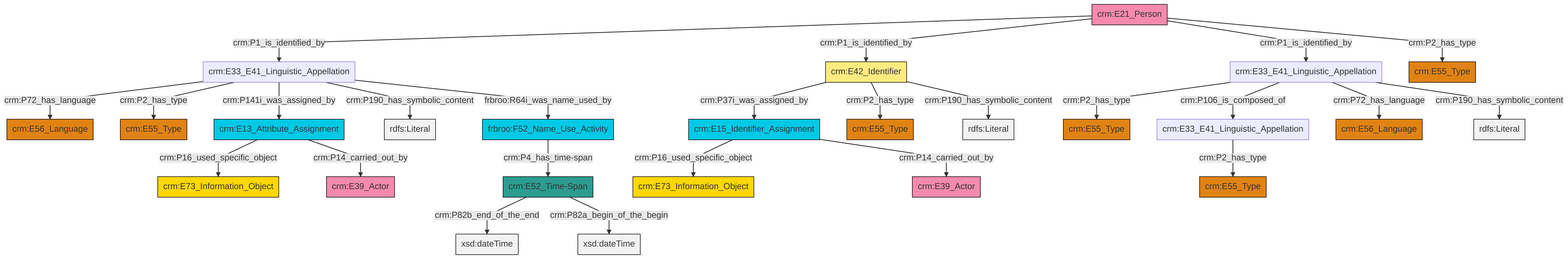
This is et/personCSV/ttl/mmd/png/Person_Names_and_Classification.png from swiss-art-research-net/docs.swissartresearch, a Mermaid export, as it was before one commit. Its source is kept beside it as et/personCSV/ttl/mmd/Person_Names_and_Classification.ttl.mmd.
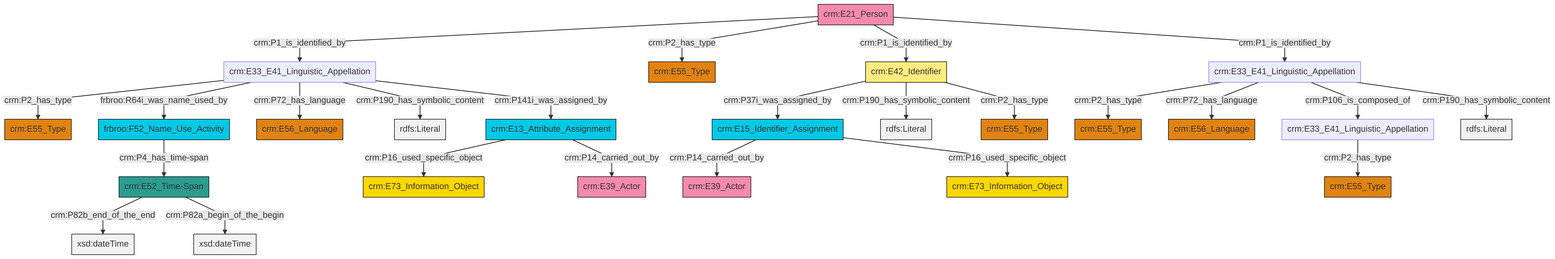
The same diagram one commit later.

Change to the diagram source:
```diff
@@ -13,27 +13,27 @@
 classDef PC_Classes fill:#4ce600, stroke:#000000;
 classDef Multi fill:#cccccc,stroke:#000000;
 
-0["crm:E33_E41_Linguistic_Appellation"]:::Default -->|crm:P2_has_type| 1["crm:E55_Type"]:::Type
-13["crm:E33_E41_Linguistic_Appellation"]:::Default -->|crm:P72_has_language| 14["crm:E56_Language"]:::Type
-11["crm:E42_Identifier"]:::Appellation -->|crm:P37i_was_assigned_by| 17["crm:E15_Identifier_Assignment"]:::Temporal_Entity
-11["crm:E42_Identifier"]:::Appellation -->|crm:P2_has_type| 18["crm:E55_Type"]:::Type
-21["crm:E21_Person"]:::Actor -->|crm:P1_is_identified_by| 13["crm:E33_E41_Linguistic_Appellation"]:::Default
-13["crm:E33_E41_Linguistic_Appellation"]:::Default -->|crm:P2_has_type| 24["crm:E55_Type"]:::Type
-0["crm:E33_E41_Linguistic_Appellation"]:::Default -->|crm:P106_is_composed_of| 25["crm:E33_E41_Linguistic_Appellation"]:::Default
-17["crm:E15_Identifier_Assignment"]:::Temporal_Entity -->|crm:P16_used_specific_object| 7["crm:E73_Information_Object"]:::Conceptual_Object
-30["crm:E52_Time-Span"]:::Time-Span -->|crm:P82b_end_of_the_end| 31[xsd:dateTime]:::Literal
-13["crm:E33_E41_Linguistic_Appellation"]:::Default -->|crm:P141i_was_assigned_by| 34["crm:E13_Attribute_Assignment"]:::Temporal_Entity
-21["crm:E21_Person"]:::Actor -->|crm:P1_is_identified_by| 11["crm:E42_Identifier"]:::Appellation
-34["crm:E13_Attribute_Assignment"]:::Temporal_Entity -->|crm:P16_used_specific_object| 19["crm:E73_Information_Object"]:::Conceptual_Object
-11["crm:E42_Identifier"]:::Appellation -->|crm:P190_has_symbolic_content| 35[rdfs:Literal]:::Literal
-17["crm:E15_Identifier_Assignment"]:::Temporal_Entity -->|crm:P14_carried_out_by| 9["crm:E39_Actor"]:::Actor
-0["crm:E33_E41_Linguistic_Appellation"]:::Default -->|crm:P72_has_language| 26["crm:E56_Language"]:::Type
-0["crm:E33_E41_Linguistic_Appellation"]:::Default -->|crm:P190_has_symbolic_content| 40[rdfs:Literal]:::Literal
-28["frbroo:F52_Name_Use_Activity"]:::Temporal_Entity -->|crm:P4_has_time-span| 30["crm:E52_Time-Span"]:::Time-Span
-21["crm:E21_Person"]:::Actor -->|crm:P1_is_identified_by| 0["crm:E33_E41_Linguistic_Appellation"]:::Default
-13["crm:E33_E41_Linguistic_Appellation"]:::Default -->|crm:P190_has_symbolic_content| 41[rdfs:Literal]:::Literal
-30["crm:E52_Time-Span"]:::Time-Span -->|crm:P82a_begin_of_the_begin| 44[xsd:dateTime]:::Literal
-34["crm:E13_Attribute_Assignment"]:::Temporal_Entity -->|crm:P14_carried_out_by| 2["crm:E39_Actor"]:::Actor
-25["crm:E33_E41_Linguistic_Appellation"]:::Default -->|crm:P2_has_type| 4["crm:E55_Type"]:::Type
-13["crm:E33_E41_Linguistic_Appellation"]:::Default -->|frbroo:R64i_was_name_used_by| 28["frbroo:F52_Name_Use_Activity"]:::Temporal_Entity
-21["crm:E21_Person"]:::Actor -->|crm:P2_has_type| 15["crm:E55_Type"]:::Type
+2["frbroo:F52_Name_Use_Activity"]:::Temporal_Entity -->|crm:P4_has_time-span| 3["crm:E52_Time-Span"]:::Time-Span
+6["crm:E15_Identifier_Assignment"]:::Temporal_Entity -->|crm:P14_carried_out_by| 7["crm:E39_Actor"]:::Actor
+8["crm:E21_Person"]:::Actor -->|crm:P1_is_identified_by| 9["crm:E33_E41_Linguistic_Appellation"]:::Default
+11["crm:E13_Attribute_Assignment"]:::Temporal_Entity -->|crm:P16_used_specific_object| 12["crm:E73_Information_Object"]:::Conceptual_Object
+6["crm:E15_Identifier_Assignment"]:::Temporal_Entity -->|crm:P16_used_specific_object| 13["crm:E73_Information_Object"]:::Conceptual_Object
+8["crm:E21_Person"]:::Actor -->|crm:P2_has_type| 14["crm:E55_Type"]:::Type
+3["crm:E52_Time-Span"]:::Time-Span -->|crm:P82b_end_of_the_end| 15[xsd:dateTime]:::Literal
+4["crm:E42_Identifier"]:::Appellation -->|crm:P37i_was_assigned_by| 6["crm:E15_Identifier_Assignment"]:::Temporal_Entity
+8["crm:E21_Person"]:::Actor -->|crm:P1_is_identified_by| 4["crm:E42_Identifier"]:::Appellation
+16["crm:E33_E41_Linguistic_Appellation"]:::Default -->|crm:P2_has_type| 17["crm:E55_Type"]:::Type
+4["crm:E42_Identifier"]:::Appellation -->|crm:P190_has_symbolic_content| 25[rdfs:Literal]:::Literal
+9["crm:E33_E41_Linguistic_Appellation"]:::Default -->|crm:P2_has_type| 18["crm:E55_Type"]:::Type
+29["crm:E33_E41_Linguistic_Appellation"]:::Default -->|crm:P2_has_type| 0["crm:E55_Type"]:::Type
+9["crm:E33_E41_Linguistic_Appellation"]:::Default -->|frbroo:R64i_was_name_used_by| 2["frbroo:F52_Name_Use_Activity"]:::Temporal_Entity
+3["crm:E52_Time-Span"]:::Time-Span -->|crm:P82a_begin_of_the_begin| 32[xsd:dateTime]:::Literal
+16["crm:E33_E41_Linguistic_Appellation"]:::Default -->|crm:P72_has_language| 35["crm:E56_Language"]:::Type
+9["crm:E33_E41_Linguistic_Appellation"]:::Default -->|crm:P72_has_language| 36["crm:E56_Language"]:::Type
+11["crm:E13_Attribute_Assignment"]:::Temporal_Entity -->|crm:P14_carried_out_by| 21["crm:E39_Actor"]:::Actor
+8["crm:E21_Person"]:::Actor -->|crm:P1_is_identified_by| 16["crm:E33_E41_Linguistic_Appellation"]:::Default
+4["crm:E42_Identifier"]:::Appellation -->|crm:P2_has_type| 26["crm:E55_Type"]:::Type
+16["crm:E33_E41_Linguistic_Appellation"]:::Default -->|crm:P106_is_composed_of| 29["crm:E33_E41_Linguistic_Appellation"]:::Default
+16["crm:E33_E41_Linguistic_Appellation"]:::Default -->|crm:P190_has_symbolic_content| 44[rdfs:Literal]:::Literal
+9["crm:E33_E41_Linguistic_Appellation"]:::Default -->|crm:P190_has_symbolic_content| 45[rdfs:Literal]:::Literal
+9["crm:E33_E41_Linguistic_Appellation"]:::Default -->|crm:P141i_was_assigned_by| 11["crm:E13_Attribute_Assignment"]:::Temporal_Entity
```
